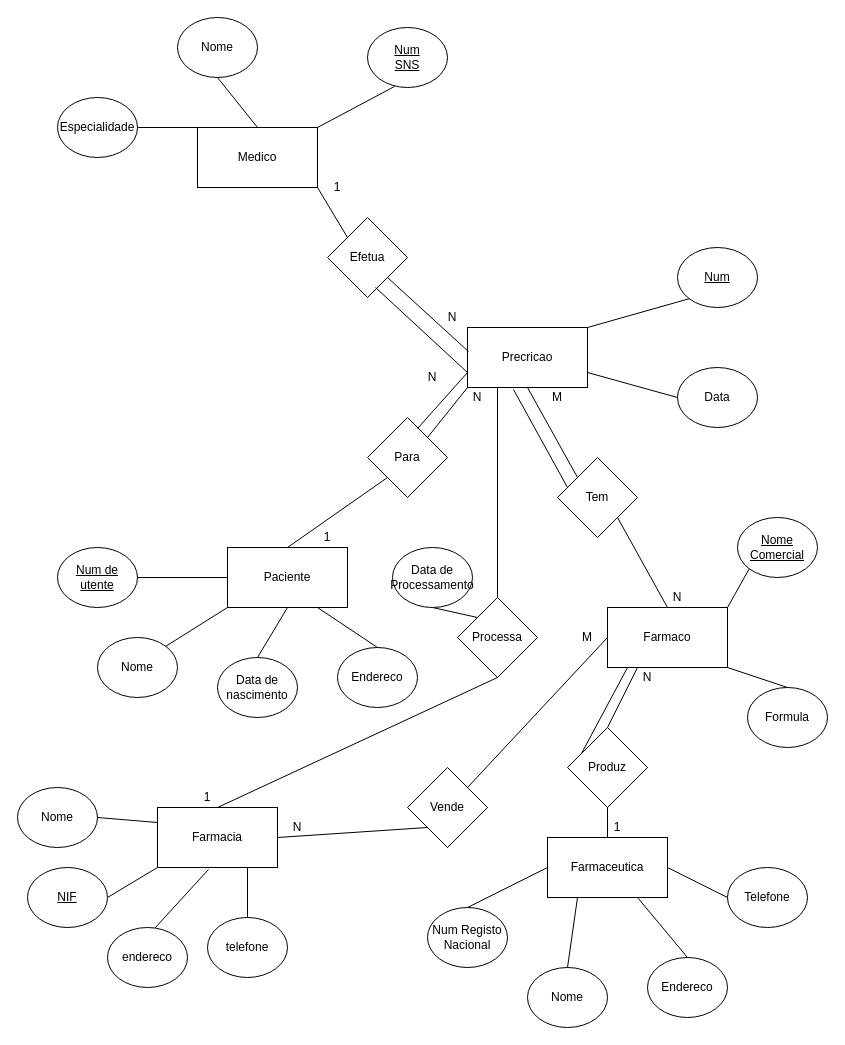
This is G01/ex2.drawio from ahridesu/guioes-BD, a draw.io file, before an edit. Source tidied: cells renumbered, new cells numbered last; positions are measured from the earlier drawing's top-left corner, leaving out a move shared by most shapes. Both pictures are drawn from the tidied source at 100%, with x=0, y=0 at pixel (17, 17).
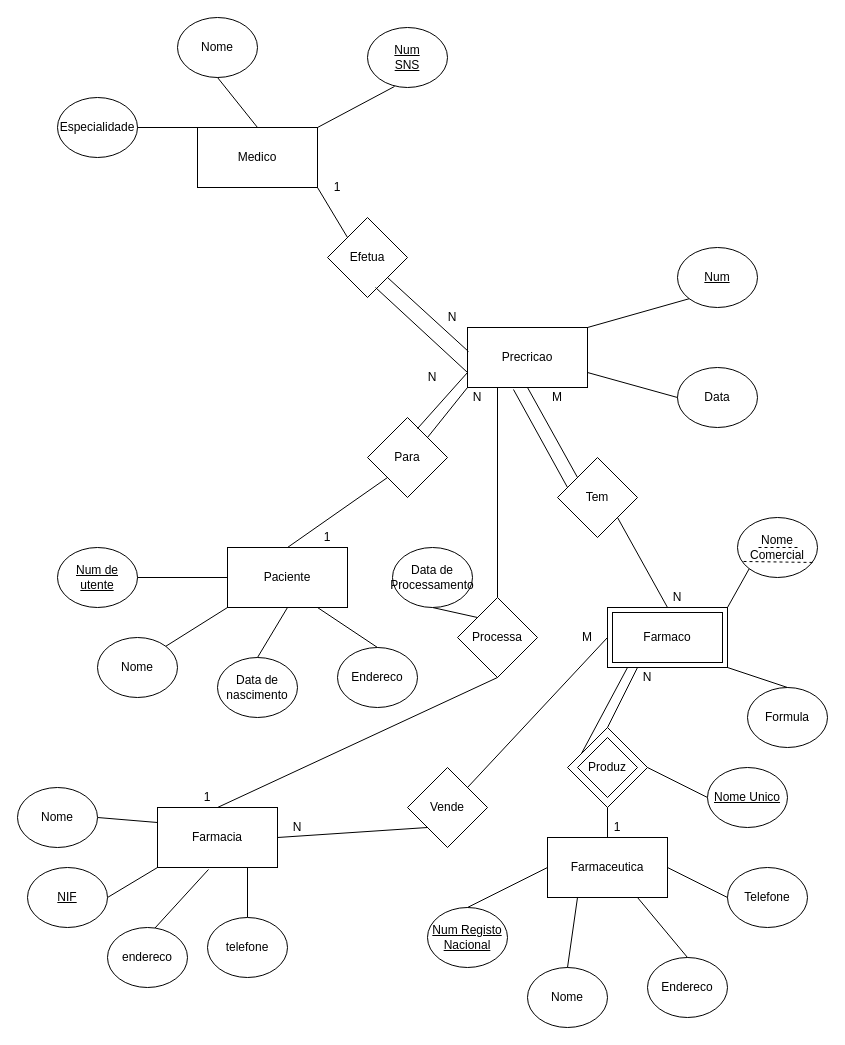
After the change.

The change refers to these unchanged cells:
```xml
<mxCell id="54" value="Produz" style="rhombus;whiteSpace=wrap;html=1;" parent="1" vertex="1">
  <mxGeometry x="550" y="710" width="80" height="80" as="geometry" />
</mxCell>
```

Diff of the diagram source:
```diff
@@
-    <mxCell id="36" value="&lt;div&gt;&lt;u&gt;Nome&lt;/u&gt;&lt;/div&gt;&lt;u&gt;Comercial&lt;/u&gt;" style="ellipse;whiteSpace=wrap;html=1;" parent="1" vertex="1">
+    <mxCell id="36" value="&lt;div&gt;Nome&lt;/div&gt;Comercial" style="ellipse;whiteSpace=wrap;html=1;" parent="1" vertex="1">
       <mxGeometry x="720" y="500" width="80" height="60" as="geometry" />
     </mxCell>
@@
-    <mxCell id="46" value="Num Registo Nacional" style="ellipse;whiteSpace=wrap;html=1;" parent="1" vertex="1">
+    <mxCell id="46" value="&lt;u&gt;Num Registo Nacional&lt;/u&gt;" style="ellipse;whiteSpace=wrap;html=1;" parent="1" vertex="1">
       <mxGeometry x="410" y="890" width="80" height="60" as="geometry" />
     </mxCell>
@@
+    <mxCell id="82" style="rounded=0;whiteSpace=wrap;html=1;fillColor=none;" parent="1" vertex="1">
+      <mxGeometry x="595" y="595" width="110" height="50" as="geometry" />
+    </mxCell>
+    <mxCell id="83" style="rhombus;whiteSpace=wrap;html=1;fillColor=none;" parent="1" vertex="1">
+      <mxGeometry x="560" y="720" width="60" height="60" as="geometry" />
+    </mxCell>
+    <mxCell id="84" style="endArrow=none;dashed=1;html=1;" parent="1" edge="1">
+      <mxGeometry relative="1" as="geometry">
+        <mxPoint x="780" y="530" as="sourcePoint" />
+        <mxPoint x="740" y="530" as="targetPoint" />
+      </mxGeometry>
+    </mxCell>
+    <mxCell id="85" style="endArrow=none;dashed=1;html=1;exitX=0.075;exitY=0.733;exitDx=0;exitDy=0;exitPerimeter=0;entryX=0.975;entryY=0.75;entryDx=0;entryDy=0;entryPerimeter=0;" parent="1" edge="1" source="36" target="36">
+      <mxGeometry relative="1" as="geometry" />
+    </mxCell>
+    <mxCell id="86" style="endArrow=none;html=1;exitX=1;exitY=0.5;exitDx=0;exitDy=0;entryX=0;entryY=0.5;entryDx=0;entryDy=0;" parent="1" edge="1" source="54" target="87">
+      <mxGeometry relative="1" as="geometry" />
+    </mxCell>
+    <mxCell id="87" value="&lt;u&gt;Nome Unico&lt;/u&gt;" style="ellipse;whiteSpace=wrap;html=1;" parent="1" vertex="1">
+      <mxGeometry x="690" y="750" width="80" height="60" as="geometry" />
+    </mxCell>
```
